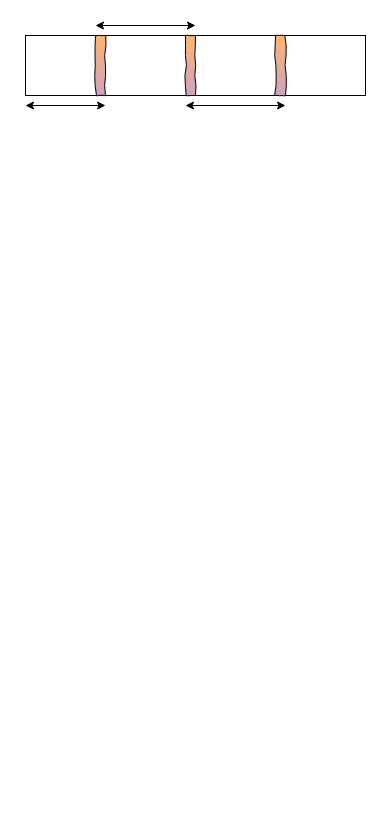
Earlier version of the draw.io diagram page "Page-2" (2 of 3) of 两违产品流程.drawio (dorbodwolf/graphs_from_draw.io). Source tidied: cells renumbered, new cells numbered last; positions are measured from the earlier drawing's top-left corner, leaving out a move shared by most shapes. Both pictures are drawn from the tidied source at 100%, with x=0, y=0 at pixel (25, 25). Pictures stored in the file or linked from it are replaced by grey dashed boxes.
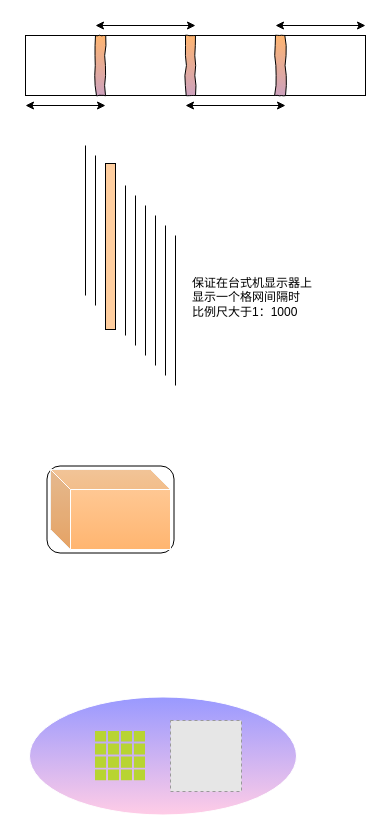
After the change.

Commit message:
Update 两违产品流程.drawio

Diff of the diagram source:
```diff
@@
+    <mxCell id="9" style="ellipse;whiteSpace=wrap;html=1;rounded=0;shadow=0;glass=0;comic=0;strokeColor=#FFFFFF;fillColor=#9999FF;gradientColor=#FFCCE6;" parent="1" vertex="1">
+      <mxGeometry x="4" y="671.5" width="267" height="118" as="geometry" />
+    </mxCell>
+    <mxCell id="10" style="rounded=1;whiteSpace=wrap;html=1;shadow=0;glass=0;comic=0;" parent="1" vertex="1">
+      <mxGeometry x="21.5" y="440.5" width="127" height="87" as="geometry" />
+    </mxCell>
@@
+    <mxCell id="11" style="endArrow=classic;startArrow=classic;html=1;" parent="1" edge="1">
+      <mxGeometry relative="1" as="geometry">
+        <mxPoint x="250" as="sourcePoint" />
+        <mxPoint x="340" as="targetPoint" />
+      </mxGeometry>
+    </mxCell>
+    <mxCell id="12" style="endArrow=none;html=1;" parent="1" edge="1">
+      <mxGeometry relative="1" as="geometry">
+        <mxPoint x="60" y="270" as="sourcePoint" />
+        <mxPoint x="60" y="120" as="targetPoint" />
+      </mxGeometry>
+    </mxCell>
+    <mxCell id="13" style="endArrow=none;html=1;" parent="1" edge="1">
+      <mxGeometry relative="1" as="geometry">
+        <mxPoint x="70" y="280" as="sourcePoint" />
+        <mxPoint x="70" y="130" as="targetPoint" />
+      </mxGeometry>
+    </mxCell>
+    <mxCell id="14" style="endArrow=none;html=1;" parent="1" edge="1">
+      <mxGeometry relative="1" as="geometry">
+        <mxPoint x="80" y="290" as="sourcePoint" />
+        <mxPoint x="80" y="140" as="targetPoint" />
+      </mxGeometry>
+    </mxCell>
+    <mxCell id="15" style="endArrow=none;html=1;" parent="1" edge="1" source="22">
+      <mxGeometry relative="1" as="geometry">
+        <mxPoint x="90" y="150" as="targetPoint" />
+      </mxGeometry>
+    </mxCell>
+    <mxCell id="16" style="endArrow=none;html=1;" parent="1" edge="1">
+      <mxGeometry relative="1" as="geometry">
+        <mxPoint x="100" y="310" as="sourcePoint" />
+        <mxPoint x="100" y="160" as="targetPoint" />
+      </mxGeometry>
+    </mxCell>
+    <mxCell id="17" style="endArrow=none;html=1;" parent="1" edge="1">
+      <mxGeometry relative="1" as="geometry">
+        <mxPoint x="110" y="320" as="sourcePoint" />
+        <mxPoint x="110" y="170" as="targetPoint" />
+      </mxGeometry>
+    </mxCell>
+    <mxCell id="18" style="endArrow=none;html=1;" parent="1" edge="1">
+      <mxGeometry relative="1" as="geometry">
+        <mxPoint x="120" y="330" as="sourcePoint" />
+        <mxPoint x="120" y="180" as="targetPoint" />
+      </mxGeometry>
+    </mxCell>
+    <mxCell id="19" style="endArrow=none;html=1;" parent="1" edge="1">
+      <mxGeometry relative="1" as="geometry">
+        <mxPoint x="130" y="340" as="sourcePoint" />
+        <mxPoint x="130" y="190" as="targetPoint" />
+      </mxGeometry>
+    </mxCell>
+    <mxCell id="20" style="endArrow=none;html=1;" parent="1" edge="1">
+      <mxGeometry relative="1" as="geometry">
+        <mxPoint x="140" y="350" as="sourcePoint" />
+        <mxPoint x="140" y="200" as="targetPoint" />
+      </mxGeometry>
+    </mxCell>
+    <mxCell id="21" style="endArrow=none;html=1;" parent="1" edge="1">
+      <mxGeometry relative="1" as="geometry">
+        <mxPoint x="150" y="360" as="sourcePoint" />
+        <mxPoint x="150" y="210" as="targetPoint" />
+      </mxGeometry>
+    </mxCell>
+    <mxCell id="22" style="rounded=0;whiteSpace=wrap;html=1;shadow=0;glass=0;comic=0;fillColor=#FFCE9F;" parent="1" vertex="1">
+      <mxGeometry x="80" y="138" width="10" height="166" as="geometry" />
+    </mxCell>
+    <mxCell id="23" style="endArrow=none;html=1;" parent="1" edge="1" target="22">
+      <mxGeometry relative="1" as="geometry">
+        <mxPoint x="90" y="300" as="sourcePoint" />
+      </mxGeometry>
+    </mxCell>
+    <mxCell id="24" value="保证在台式机显示器上&lt;br&gt;显示一个格网间隔时&lt;br&gt;比例尺大于1：1000" style="text;html=1;align=left;verticalAlign=top;spacingTop=-4;" parent="1" vertex="1">
+      <mxGeometry x="165" y="248" width="130" height="41" as="geometry" />
+    </mxCell>
+    <mxCell id="25" style="shape=cube;whiteSpace=wrap;html=1;boundedLbl=1;backgroundOutline=1;darkOpacity=0.05;darkOpacity2=0.1;rounded=0;shadow=0;glass=0;comic=0;fillColor=#FFCE9F;gradientColor=#FFB570;strokeColor=#FFFFFF;" parent="1" vertex="1">
+      <mxGeometry x="25" y="444" width="120" height="80" as="geometry" />
+    </mxCell>
+    <mxCell id="26" style="fillColor=#E6E6E6;strokeColor=#999999;dashed=1;html=1;verticalAlign=top;verticalLabelPosition=bottom;labelBackgroundColor=#ffffff;" parent="1" vertex="1">
+      <mxGeometry x="145" y="695" width="71" height="71" as="geometry" />
+    </mxCell>
+    <mxCell id="27" style="html=1;perimeter=none;align=center;shadow=0;dashed=0;image;fontSize=12;image=img/lib/mscae/Grid.svg;rounded=0;glass=0;comic=0;strokeColor=#FFFFFF;fillColor=#FFCE9F;gradientColor=#FFB570;" parent="1" vertex="1">
+      <mxGeometry x="70" y="705.5" width="50" height="50" as="geometry" />
+    </mxCell>
```
